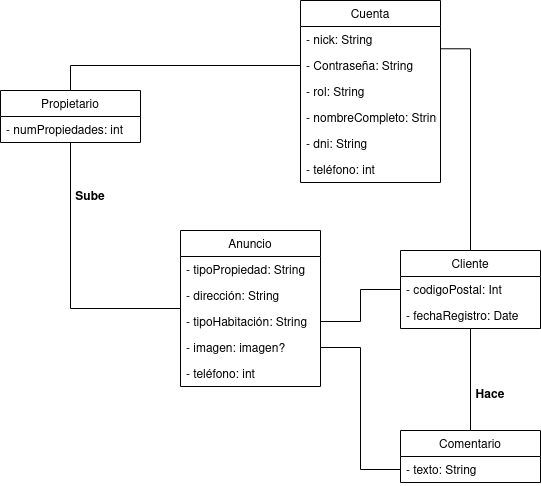
Earlier version of the draw.io export img/Diagrama de clases.drawio.png (nuhazet6/APC-and-Rent). Source tidied: cells renumbered, new cells last; positions are measured from the earlier drawing's top-left corner, leaving out a move shared by most shapes. Source of this version:
```xml
<mxGraphModel background="#FFFFFF">
  <root>
    <mxCell id="0" />
    <mxCell id="1" parent="0" />
    <mxCell id="2" value="Cuenta" style="swimlane;fontStyle=0;horizontal=1;startSize=26;fillColor=none;" parent="1" vertex="1">
      <mxGeometry x="300" width="140" height="182" as="geometry" />
    </mxCell>
    <mxCell id="3" value="- nick: String" style="text;strokeColor=none;fillColor=none;align=left;verticalAlign=top;spacingLeft=4;spacingRight=4;overflow=hidden;" parent="2" vertex="1">
      <mxGeometry y="26" width="140" height="26" as="geometry" />
    </mxCell>
    <mxCell id="4" value="- Contraseña: String" style="text;strokeColor=none;fillColor=none;align=left;verticalAlign=top;spacingLeft=4;spacingRight=4;overflow=hidden;points=[[0,0.5],[1,0.5]];portConstraint=eastwest;" parent="2" vertex="1">
      <mxGeometry y="52" width="140" height="26" as="geometry" />
    </mxCell>
    <mxCell id="5" value="- rol: String" style="text;strokeColor=none;fillColor=none;align=left;verticalAlign=top;spacingLeft=4;spacingRight=4;overflow=hidden;" parent="2" vertex="1">
      <mxGeometry y="78" width="140" height="26" as="geometry" />
    </mxCell>
    <mxCell id="6" value="- nombreCompleto: String" style="text;strokeColor=none;fillColor=none;align=left;verticalAlign=top;spacingLeft=4;spacingRight=4;overflow=hidden;" parent="2" vertex="1">
      <mxGeometry y="104" width="140" height="26" as="geometry" />
    </mxCell>
    <mxCell id="7" value="- dni: String" style="text;strokeColor=none;fillColor=none;align=left;verticalAlign=top;spacingLeft=4;spacingRight=4;overflow=hidden;" parent="2" vertex="1">
      <mxGeometry y="130" width="140" height="26" as="geometry" />
    </mxCell>
    <mxCell id="8" value="- teléfono: int" style="text;strokeColor=none;fillColor=none;align=left;verticalAlign=top;spacingLeft=4;spacingRight=4;overflow=hidden;" parent="2" vertex="1">
      <mxGeometry y="156" width="140" height="26" as="geometry" />
    </mxCell>
    <mxCell id="9" style="edgeStyle=orthogonalEdgeStyle;rounded=0;jettySize=auto;html=1;entryX=0.5;entryY=0;entryDx=0;entryDy=0;endArrow=none;endFill=0;" parent="1" edge="1" source="11" target="24">
      <mxGeometry relative="1" as="geometry" />
    </mxCell>
    <mxCell id="10" style="edgeStyle=orthogonalEdgeStyle;rounded=0;jettySize=auto;html=1;entryX=1.001;entryY=-0.143;entryDx=0;entryDy=0;entryPerimeter=0;endArrow=none;endFill=0;" parent="1" edge="1" source="11" target="4">
      <mxGeometry relative="1" as="geometry" />
    </mxCell>
    <mxCell id="11" value="Cliente" style="swimlane;fontStyle=0;horizontal=1;startSize=26;fillColor=none;" parent="1" vertex="1">
      <mxGeometry x="400" y="250" width="140" height="78" as="geometry" />
    </mxCell>
    <mxCell id="12" value="- codigoPostal: Int" style="text;strokeColor=none;fillColor=none;align=left;verticalAlign=top;spacingLeft=4;spacingRight=4;overflow=hidden;points=[[0,0.5],[1,0.5]];portConstraint=eastwest;" parent="11" vertex="1">
      <mxGeometry y="26" width="140" height="26" as="geometry" />
    </mxCell>
    <mxCell id="13" value="- fechaRegistro: Date" style="text;strokeColor=none;fillColor=none;align=left;verticalAlign=top;spacingLeft=4;spacingRight=4;overflow=hidden;" parent="11" vertex="1">
      <mxGeometry y="52" width="140" height="26" as="geometry" />
    </mxCell>
    <mxCell id="14" style="edgeStyle=orthogonalEdgeStyle;rounded=0;jettySize=auto;html=1;entryX=0;entryY=0.5;entryDx=0;entryDy=0;endArrow=none;endFill=0;" parent="1" edge="1" source="15" target="4">
      <mxGeometry relative="1" as="geometry" />
    </mxCell>
    <mxCell id="15" value="Propietario" style="swimlane;fontStyle=0;horizontal=1;startSize=26;fillColor=none;" parent="1" vertex="1">
      <mxGeometry y="90" width="140" height="52" as="geometry" />
    </mxCell>
    <mxCell id="16" value="- numPropiedades: int" style="text;strokeColor=none;fillColor=none;align=left;verticalAlign=top;spacingLeft=4;spacingRight=4;overflow=hidden;" parent="15" vertex="1">
      <mxGeometry y="26" width="140" height="26" as="geometry" />
    </mxCell>
    <mxCell id="17" style="edgeStyle=orthogonalEdgeStyle;rounded=0;jettySize=auto;html=1;endArrow=none;endFill=0;" parent="1" edge="1" source="18" target="15">
      <mxGeometry relative="1" as="geometry" />
    </mxCell>
    <mxCell id="18" value="Anuncio" style="swimlane;fontStyle=0;horizontal=1;startSize=26;fillColor=none;" parent="1" vertex="1">
      <mxGeometry x="180" y="230" width="140" height="156" as="geometry" />
    </mxCell>
    <mxCell id="19" value="- tipoPropiedad: String" style="text;strokeColor=none;fillColor=none;align=left;verticalAlign=top;spacingLeft=4;spacingRight=4;overflow=hidden;" parent="18" vertex="1">
      <mxGeometry y="26" width="140" height="26" as="geometry" />
    </mxCell>
    <mxCell id="20" value="- dirección: String" style="text;strokeColor=none;fillColor=none;align=left;verticalAlign=top;spacingLeft=4;spacingRight=4;overflow=hidden;" parent="18" vertex="1">
      <mxGeometry y="52" width="140" height="26" as="geometry" />
    </mxCell>
    <mxCell id="21" value="- tipoHabitación: String " style="text;strokeColor=none;fillColor=none;align=left;verticalAlign=top;spacingLeft=4;spacingRight=4;overflow=hidden;points=[[0,0.5],[1,0.5]];portConstraint=eastwest;" parent="18" vertex="1">
      <mxGeometry y="78" width="140" height="26" as="geometry" />
    </mxCell>
    <mxCell id="22" value="- imagen: imagen?" style="text;strokeColor=none;fillColor=none;align=left;verticalAlign=top;spacingLeft=4;spacingRight=4;overflow=hidden;points=[[0,0.5],[1,0.5]];portConstraint=eastwest;" parent="18" vertex="1">
      <mxGeometry y="104" width="140" height="26" as="geometry" />
    </mxCell>
    <mxCell id="23" value="- teléfono: int" style="text;strokeColor=none;fillColor=none;align=left;verticalAlign=top;spacingLeft=4;spacingRight=4;overflow=hidden;" parent="18" vertex="1">
      <mxGeometry y="130" width="140" height="26" as="geometry" />
    </mxCell>
    <mxCell id="24" value="Comentario" style="swimlane;fontStyle=0;horizontal=1;startSize=26;fillColor=none;" parent="1" vertex="1">
      <mxGeometry x="400" y="430" width="140" height="52" as="geometry" />
    </mxCell>
    <mxCell id="25" value="- texto: String" style="text;strokeColor=none;fillColor=none;align=left;verticalAlign=top;spacingLeft=4;spacingRight=4;overflow=hidden;points=[[0,0.5],[1,0.5]];portConstraint=eastwest;" parent="24" vertex="1">
      <mxGeometry y="26" width="140" height="26" as="geometry" />
    </mxCell>
    <mxCell id="26" style="edgeStyle=orthogonalEdgeStyle;rounded=0;jettySize=auto;html=1;entryX=0;entryY=0.5;entryDx=0;entryDy=0;endArrow=none;endFill=0;" parent="1" edge="1" source="21" target="12">
      <mxGeometry relative="1" as="geometry" />
    </mxCell>
    <mxCell id="27" style="edgeStyle=orthogonalEdgeStyle;rounded=0;jettySize=auto;html=1;entryX=1;entryY=0.5;entryDx=0;entryDy=0;endArrow=none;endFill=0;" parent="1" edge="1" source="25" target="22">
      <mxGeometry relative="1" as="geometry" />
    </mxCell>
    <mxCell id="28" value="Sube" style="text;align=center;fontStyle=1;verticalAlign=middle;spacingLeft=3;spacingRight=3;strokeColor=none;" parent="1" vertex="1">
      <mxGeometry x="50" y="182" width="80" height="26" as="geometry" />
    </mxCell>
    <mxCell id="29" value="Hace" style="text;align=center;fontStyle=1;verticalAlign=middle;spacingLeft=3;spacingRight=3;strokeColor=none;" parent="1" vertex="1">
      <mxGeometry x="450" y="380" width="80" height="26" as="geometry" />
    </mxCell>
  </root>
</mxGraphModel>
```
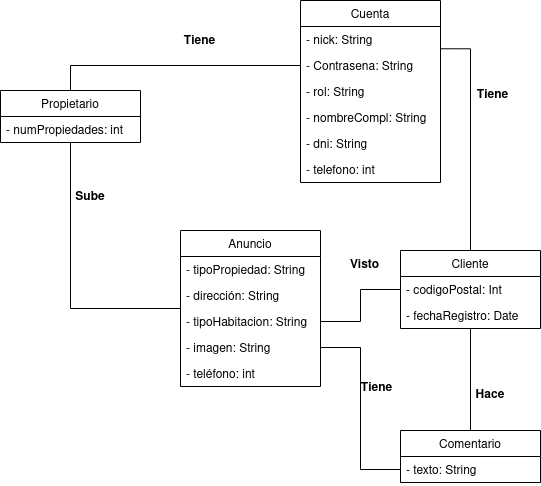
The same diagram one commit later.

Commit message:
Se actualiza el diagrama de Clases #28

Diff of the diagram source:
```diff
@@ -8,19 +8,19 @@
     <mxCell id="3" value="- nick: String" style="text;strokeColor=none;fillColor=none;align=left;verticalAlign=top;spacingLeft=4;spacingRight=4;overflow=hidden;" parent="2" vertex="1">
       <mxGeometry y="26" width="140" height="26" as="geometry" />
     </mxCell>
-    <mxCell id="4" value="- Contraseña: String" style="text;strokeColor=none;fillColor=none;align=left;verticalAlign=top;spacingLeft=4;spacingRight=4;overflow=hidden;points=[[0,0.5],[1,0.5]];portConstraint=eastwest;" parent="2" vertex="1">
+    <mxCell id="4" value="- Contrasena: String" style="text;strokeColor=none;fillColor=none;align=left;verticalAlign=top;spacingLeft=4;spacingRight=4;overflow=hidden;points=[[0,0.5],[1,0.5]];portConstraint=eastwest;" parent="2" vertex="1">
       <mxGeometry y="52" width="140" height="26" as="geometry" />
     </mxCell>
     <mxCell id="5" value="- rol: String" style="text;strokeColor=none;fillColor=none;align=left;verticalAlign=top;spacingLeft=4;spacingRight=4;overflow=hidden;" parent="2" vertex="1">
       <mxGeometry y="78" width="140" height="26" as="geometry" />
     </mxCell>
-    <mxCell id="6" value="- nombreCompleto: String" style="text;strokeColor=none;fillColor=none;align=left;verticalAlign=top;spacingLeft=4;spacingRight=4;overflow=hidden;" parent="2" vertex="1">
+    <mxCell id="6" value="- nombreCompl: String" style="text;strokeColor=none;fillColor=none;align=left;verticalAlign=top;spacingLeft=4;spacingRight=4;overflow=hidden;" parent="2" vertex="1">
       <mxGeometry y="104" width="140" height="26" as="geometry" />
     </mxCell>
     <mxCell id="7" value="- dni: String" style="text;strokeColor=none;fillColor=none;align=left;verticalAlign=top;spacingLeft=4;spacingRight=4;overflow=hidden;" parent="2" vertex="1">
       <mxGeometry y="130" width="140" height="26" as="geometry" />
     </mxCell>
-    <mxCell id="8" value="- teléfono: int" style="text;strokeColor=none;fillColor=none;align=left;verticalAlign=top;spacingLeft=4;spacingRight=4;overflow=hidden;" parent="2" vertex="1">
+    <mxCell id="8" value="- telefono: int" style="text;strokeColor=none;fillColor=none;align=left;verticalAlign=top;spacingLeft=4;spacingRight=4;overflow=hidden;" parent="2" vertex="1">
       <mxGeometry y="156" width="140" height="26" as="geometry" />
     </mxCell>
     <mxCell id="9" style="edgeStyle=orthogonalEdgeStyle;rounded=0;jettySize=auto;html=1;entryX=0.5;entryY=0;entryDx=0;entryDy=0;endArrow=none;endFill=0;" parent="1" edge="1" source="11" target="24">
@@ -59,10 +59,10 @@
     <mxCell id="20" value="- dirección: String" style="text;strokeColor=none;fillColor=none;align=left;verticalAlign=top;spacingLeft=4;spacingRight=4;overflow=hidden;" parent="18" vertex="1">
       <mxGeometry y="52" width="140" height="26" as="geometry" />
     </mxCell>
-    <mxCell id="21" value="- tipoHabitación: String " style="text;strokeColor=none;fillColor=none;align=left;verticalAlign=top;spacingLeft=4;spacingRight=4;overflow=hidden;points=[[0,0.5],[1,0.5]];portConstraint=eastwest;" parent="18" vertex="1">
+    <mxCell id="21" value="- tipoHabitacion: String " style="text;strokeColor=none;fillColor=none;align=left;verticalAlign=top;spacingLeft=4;spacingRight=4;overflow=hidden;points=[[0,0.5],[1,0.5]];portConstraint=eastwest;" parent="18" vertex="1">
       <mxGeometry y="78" width="140" height="26" as="geometry" />
     </mxCell>
-    <mxCell id="22" value="- imagen: imagen?" style="text;strokeColor=none;fillColor=none;align=left;verticalAlign=top;spacingLeft=4;spacingRight=4;overflow=hidden;points=[[0,0.5],[1,0.5]];portConstraint=eastwest;" parent="18" vertex="1">
+    <mxCell id="22" value="- imagen: String" style="text;strokeColor=none;fillColor=none;align=left;verticalAlign=top;spacingLeft=4;spacingRight=4;overflow=hidden;points=[[0,0.5],[1,0.5]];portConstraint=eastwest;" parent="18" vertex="1">
       <mxGeometry y="104" width="140" height="26" as="geometry" />
     </mxCell>
     <mxCell id="23" value="- teléfono: int" style="text;strokeColor=none;fillColor=none;align=left;verticalAlign=top;spacingLeft=4;spacingRight=4;overflow=hidden;" parent="18" vertex="1">
@@ -86,5 +86,17 @@
     <mxCell id="29" value="Hace" style="text;align=center;fontStyle=1;verticalAlign=middle;spacingLeft=3;spacingRight=3;strokeColor=none;" parent="1" vertex="1">
       <mxGeometry x="450" y="380" width="80" height="26" as="geometry" />
     </mxCell>
+    <mxCell id="30" value="&lt;b&gt;Visto&lt;/b&gt;" style="text;html=1;align=center;verticalAlign=middle;strokeColor=none;fillColor=none;" parent="1" vertex="1">
+      <mxGeometry x="344" y="256" width="39" height="18" as="geometry" />
+    </mxCell>
+    <mxCell id="31" value="&lt;b&gt;Tiene&lt;/b&gt;" style="text;html=1;align=center;verticalAlign=middle;strokeColor=none;fillColor=none;" parent="1" vertex="1">
+      <mxGeometry x="471" y="86" width="41" height="18" as="geometry" />
+    </mxCell>
+    <mxCell id="32" value="&lt;b&gt;Tiene&lt;/b&gt;" style="text;html=1;align=center;verticalAlign=middle;strokeColor=none;fillColor=none;" parent="1" vertex="1">
+      <mxGeometry x="178" y="32" width="41" height="18" as="geometry" />
+    </mxCell>
+    <mxCell id="33" value="&lt;b&gt;Tiene&lt;/b&gt;" style="text;html=1;align=center;verticalAlign=middle;strokeColor=none;fillColor=none;" parent="1" vertex="1">
+      <mxGeometry x="355" y="379" width="41" height="18" as="geometry" />
+    </mxCell>
   </root>
 </mxGraphModel>
```
